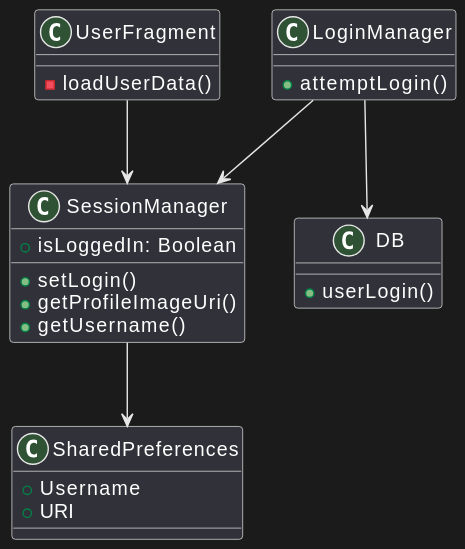
Before: Schemi/SessionManagerLoginManager.svg, a diagram exported from PlantUML (Gabroz4/esame_mobile_bs). The source it was exported from:
```plantuml
@startuml
class LoginManager{
+attemptLogin()
}

class UserFragment{
- loadUserData()
}

class SessionManager{
+ isLoggedIn: Boolean
+ setLogin()
+ getProfileImageUri()
+ getUsername()
}

class SharedPreferences{
+ Username
+ URI
}

class DB{
+ userLogin()
}

LoginManager --> DB
LoginManager --> SessionManager
UserFragment --> SessionManager
SessionManager --> SharedPreferences
@enduml
```
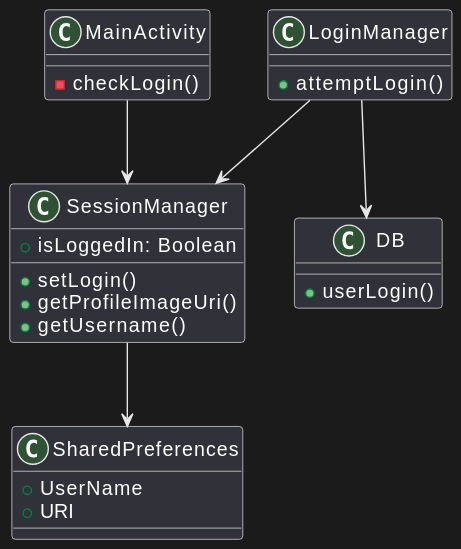
After the change.

Commit message:
aggiunta testing automatizzato

What changed in the source:
```diff
@@ -1,12 +1,4 @@
 @startuml
-class LoginManager{
-+attemptLogin()
-}
-
-class UserFragment{
-- loadUserData()
-}
-
 class SessionManager{
 + isLoggedIn: Boolean
 + setLogin()
@@ -14,17 +6,26 @@
 + getUsername()
 }
 
-class SharedPreferences{
-+ Username
-+ URI
-}
 
 class DB{
 + userLogin()
 }
 
+class SharedPreferences{
++ UserName
++ URI
+}
+
+class LoginManager{
++ attemptLogin()
+}
+
+class MainActivity{
+- checkLogin()
+}
+
+MainActivity --> SessionManager
+SessionManager --> SharedPreferences
 LoginManager --> DB
 LoginManager --> SessionManager
-UserFragment --> SessionManager
-SessionManager --> SharedPreferences
 @enduml
```
